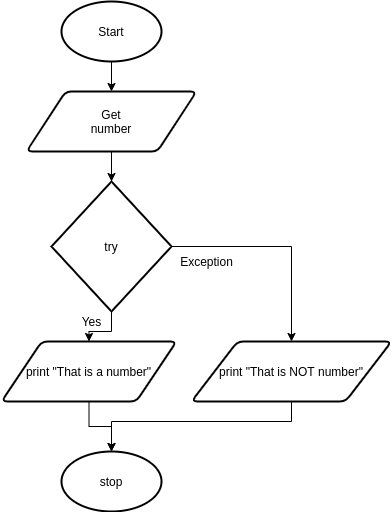
This is docs/structured-problem-solving/images/try-catch.png from Mr-Coxall/Computer-Based-Problem-Solving, a draw.io export, as it was before one commit. Source tidied: cells renumbered, new cells last; positions are measured from the earlier drawing's top-left corner, leaving out a move shared by most shapes. Its diagram source:
```xml
<mxGraphModel>
  <root>
    <mxCell id="0" />
    <mxCell id="1" parent="0" />
    <mxCell id="2" style="edgeStyle=orthogonalEdgeStyle;rounded=0;jettySize=auto;html=1;entryX=0.5;entryY=0;entryDx=0;entryDy=0;" parent="1" edge="1" source="3" target="5">
      <mxGeometry relative="1" as="geometry" />
    </mxCell>
    <mxCell id="3" value="Start" style="strokeWidth=2;html=1;shape=mxgraph.flowchart.start_1;whiteSpace=wrap;" parent="1" vertex="1">
      <mxGeometry x="60" width="100" height="60" as="geometry" />
    </mxCell>
    <mxCell id="4" style="edgeStyle=orthogonalEdgeStyle;rounded=0;jettySize=auto;html=1;" parent="1" edge="1" source="5" target="8">
      <mxGeometry relative="1" as="geometry" />
    </mxCell>
    <mxCell id="5" value="Get&lt;br&gt;number" style="shape=parallelogram;html=1;strokeWidth=2;perimeter=parallelogramPerimeter;whiteSpace=wrap;rounded=1;arcSize=12;size=0.23;" parent="1" vertex="1">
      <mxGeometry x="25" y="90" width="170" height="60" as="geometry" />
    </mxCell>
    <mxCell id="6" style="edgeStyle=orthogonalEdgeStyle;rounded=0;jettySize=auto;html=1;" parent="1" edge="1" source="8" target="10">
      <mxGeometry relative="1" as="geometry" />
    </mxCell>
    <mxCell id="7" style="edgeStyle=orthogonalEdgeStyle;rounded=0;jettySize=auto;html=1;" parent="1" edge="1" source="8" target="15">
      <mxGeometry relative="1" as="geometry" />
    </mxCell>
    <mxCell id="8" value="try" style="strokeWidth=2;html=1;shape=mxgraph.flowchart.decision;whiteSpace=wrap;" parent="1" vertex="1">
      <mxGeometry x="50" y="180" width="120" height="130" as="geometry" />
    </mxCell>
    <mxCell id="9" style="edgeStyle=orthogonalEdgeStyle;rounded=0;jettySize=auto;html=1;" parent="1" edge="1" source="10" target="11">
      <mxGeometry relative="1" as="geometry" />
    </mxCell>
    <mxCell id="10" value="print &quot;That is a number&quot;" style="shape=parallelogram;html=1;strokeWidth=2;perimeter=parallelogramPerimeter;whiteSpace=wrap;rounded=1;arcSize=12;size=0.23;" parent="1" vertex="1">
      <mxGeometry y="340" width="175" height="60" as="geometry" />
    </mxCell>
    <mxCell id="11" value="stop" style="strokeWidth=2;html=1;shape=mxgraph.flowchart.start_1;whiteSpace=wrap;" parent="1" vertex="1">
      <mxGeometry x="60" y="450" width="100" height="60" as="geometry" />
    </mxCell>
    <mxCell id="12" value="Yes" style="text;html=1;align=center;verticalAlign=middle;strokeColor=none;fillColor=none;" parent="1" vertex="1">
      <mxGeometry x="75" y="310" width="30" height="20" as="geometry" />
    </mxCell>
    <mxCell id="13" value="Exception" style="text;html=1;align=center;verticalAlign=middle;strokeColor=none;fillColor=none;" parent="1" vertex="1">
      <mxGeometry x="170" y="250" width="70" height="20" as="geometry" />
    </mxCell>
    <mxCell id="14" style="edgeStyle=orthogonalEdgeStyle;rounded=0;jettySize=auto;html=1;" parent="1" edge="1" source="15" target="11">
      <mxGeometry relative="1" as="geometry">
        <Array as="points">
          <mxPoint x="290" y="420" />
          <mxPoint x="110" y="420" />
        </Array>
      </mxGeometry>
    </mxCell>
    <mxCell id="15" value="print &quot;That is NOT number&quot;" style="shape=parallelogram;html=1;strokeWidth=2;perimeter=parallelogramPerimeter;whiteSpace=wrap;rounded=1;arcSize=12;size=0.23;" parent="1" vertex="1">
      <mxGeometry x="190" y="340" width="200" height="60" as="geometry" />
    </mxCell>
  </root>
</mxGraphModel>
```
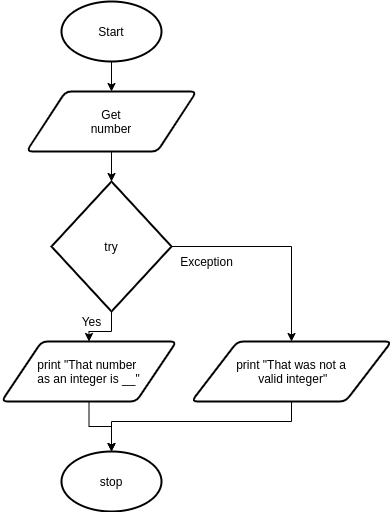
After the change.

Commit message:
fixed try ... catch flowchart

The edit, as a diff of the source:
```diff
@@ -26,7 +26,7 @@
     <mxCell id="9" style="edgeStyle=orthogonalEdgeStyle;rounded=0;jettySize=auto;html=1;" parent="1" edge="1" source="10" target="11">
       <mxGeometry relative="1" as="geometry" />
     </mxCell>
-    <mxCell id="10" value="print &quot;That is a number&quot;" style="shape=parallelogram;html=1;strokeWidth=2;perimeter=parallelogramPerimeter;whiteSpace=wrap;rounded=1;arcSize=12;size=0.23;" parent="1" vertex="1">
+    <mxCell id="10" value="print &quot;That number &lt;br&gt;as an integer is __&quot;" style="shape=parallelogram;html=1;strokeWidth=2;perimeter=parallelogramPerimeter;whiteSpace=wrap;rounded=1;arcSize=12;size=0.23;" parent="1" vertex="1">
       <mxGeometry y="340" width="175" height="60" as="geometry" />
     </mxCell>
     <mxCell id="11" value="stop" style="strokeWidth=2;html=1;shape=mxgraph.flowchart.start_1;whiteSpace=wrap;" parent="1" vertex="1">
@@ -46,7 +46,7 @@
         </Array>
       </mxGeometry>
     </mxCell>
-    <mxCell id="15" value="print &quot;That is NOT number&quot;" style="shape=parallelogram;html=1;strokeWidth=2;perimeter=parallelogramPerimeter;whiteSpace=wrap;rounded=1;arcSize=12;size=0.23;" parent="1" vertex="1">
+    <mxCell id="15" value="print &quot;That was not a&lt;br&gt;&amp;nbsp;valid integer&quot;" style="shape=parallelogram;html=1;strokeWidth=2;perimeter=parallelogramPerimeter;whiteSpace=wrap;rounded=1;arcSize=12;size=0.23;" parent="1" vertex="1">
       <mxGeometry x="190" y="340" width="200" height="60" as="geometry" />
     </mxCell>
   </root>
```
